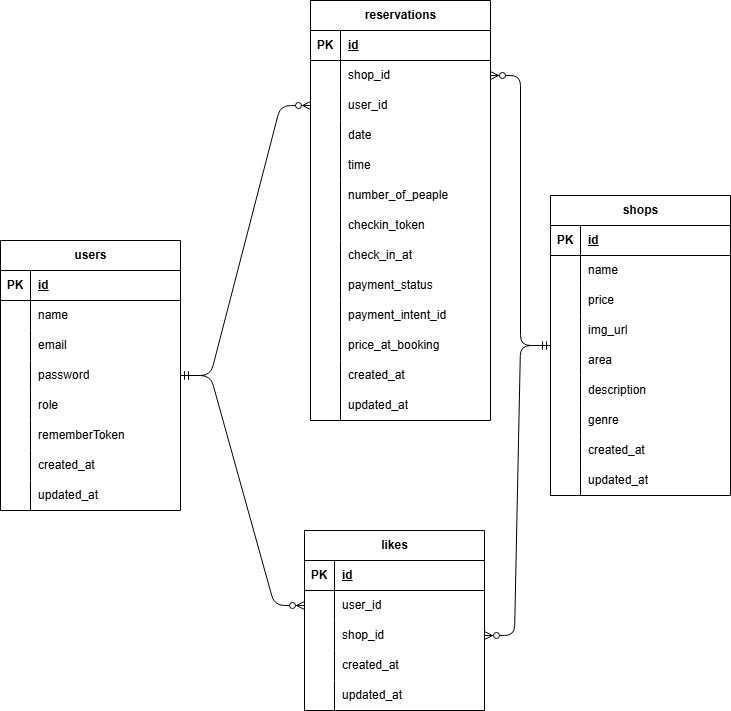
Above: ER.drawio.png in shinzawa/tsutomu-mogi3 (draw.io), before the change. Source tidied: cells renumbered, new cells last; positions are measured from the earlier drawing's top-left corner, leaving out a move shared by most shapes.
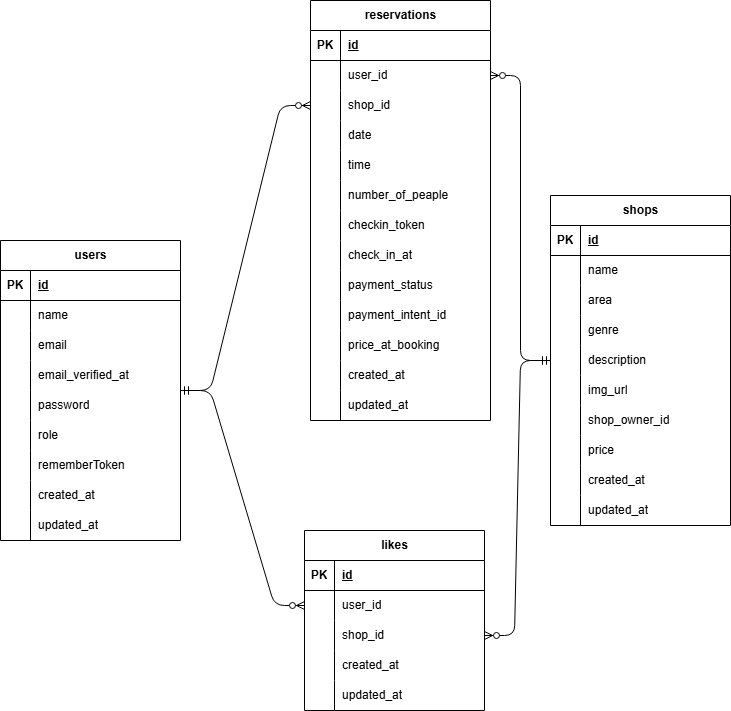
After the change.

Change to the diagram source:
```diff
@@ -3,7 +3,7 @@
     <mxCell id="0" />
     <mxCell id="1" parent="0" />
     <mxCell id="2" value="shops" style="shape=table;startSize=30;rowLines=0;fontStyle=1;align=center;html=1;" parent="1" vertex="1">
-      <mxGeometry x="550" y="195" width="180" height="300" as="geometry" />
+      <mxGeometry x="550" y="195" width="180" height="330" as="geometry" />
     </mxCell>
     <mxCell id="3" style="shape=tableRow;horizontal=0;startSize=0;swimlaneHead=0;swimlaneBody=0;fillColor=none;top=0;left=0;right=0;bottom=1;" parent="2" vertex="1">
       <mxGeometry y="30" width="180" height="30" as="geometry" />
@@ -23,35 +23,26 @@
     <mxCell id="8" value="name" style="shape=partialRectangle;fillColor=none;top=0;left=0;bottom=0;right=0;align=left;spacingLeft=6;overflow=hidden;whiteSpace=wrap;html=1;" parent="6" vertex="1">
       <mxGeometry x="30" width="150" height="30" as="geometry" />
     </mxCell>
-    <mxCell id="9" style="shape=tableRow;horizontal=0;startSize=0;swimlaneHead=0;swimlaneBody=0;fillColor=none;top=0;left=0;right=0;bottom=0;" parent="2" vertex="1">
-      <mxGeometry y="90" width="180" height="30" as="geometry" />
-    </mxCell>
-    <mxCell id="10" style="shape=partialRectangle;fillColor=none;top=0;left=0;bottom=0;right=0;overflow=hidden;whiteSpace=wrap;html=1;" parent="9" vertex="1">
-      <mxGeometry width="30" height="30" as="geometry" />
-    </mxCell>
-    <mxCell id="11" value="price" style="shape=partialRectangle;fillColor=none;top=0;left=0;bottom=0;right=0;align=left;spacingLeft=6;overflow=hidden;whiteSpace=wrap;html=1;" parent="9" vertex="1">
-      <mxGeometry x="30" width="150" height="30" as="geometry" />
-    </mxCell>
     <mxCell id="12" style="shape=tableRow;horizontal=0;startSize=0;swimlaneHead=0;swimlaneBody=0;fillColor=none;top=0;left=0;right=0;bottom=0;" parent="2" vertex="1">
-      <mxGeometry y="120" width="180" height="30" as="geometry" />
+      <mxGeometry y="90" width="180" height="30" as="geometry" />
     </mxCell>
     <mxCell id="13" style="shape=partialRectangle;fillColor=none;top=0;left=0;bottom=0;right=0;overflow=hidden;whiteSpace=wrap;html=1;" parent="12" vertex="1">
       <mxGeometry width="30" height="30" as="geometry" />
     </mxCell>
-    <mxCell id="14" value="img_url" style="shape=partialRectangle;fillColor=none;top=0;left=0;bottom=0;right=0;align=left;spacingLeft=6;overflow=hidden;whiteSpace=wrap;html=1;" parent="12" vertex="1">
+    <mxCell id="14" value="area" style="shape=partialRectangle;fillColor=none;top=0;left=0;bottom=0;right=0;align=left;spacingLeft=6;overflow=hidden;whiteSpace=wrap;html=1;" parent="12" vertex="1">
       <mxGeometry x="30" width="150" height="30" as="geometry" />
     </mxCell>
     <mxCell id="15" style="shape=tableRow;horizontal=0;startSize=0;swimlaneHead=0;swimlaneBody=0;fillColor=none;top=0;left=0;right=0;bottom=0;" parent="2" vertex="1">
-      <mxGeometry y="150" width="180" height="30" as="geometry" />
+      <mxGeometry y="120" width="180" height="30" as="geometry" />
     </mxCell>
     <mxCell id="16" style="shape=partialRectangle;fillColor=none;top=0;left=0;bottom=0;right=0;overflow=hidden;whiteSpace=wrap;html=1;" parent="15" vertex="1">
       <mxGeometry width="30" height="30" as="geometry" />
     </mxCell>
-    <mxCell id="17" value="area" style="shape=partialRectangle;fillColor=none;top=0;left=0;bottom=0;right=0;align=left;spacingLeft=6;overflow=hidden;whiteSpace=wrap;html=1;" parent="15" vertex="1">
+    <mxCell id="17" value="genre" style="shape=partialRectangle;fillColor=none;top=0;left=0;bottom=0;right=0;align=left;spacingLeft=6;overflow=hidden;whiteSpace=wrap;html=1;" parent="15" vertex="1">
       <mxGeometry x="30" width="150" height="30" as="geometry" />
     </mxCell>
     <mxCell id="18" style="shape=tableRow;horizontal=0;startSize=0;swimlaneHead=0;swimlaneBody=0;fillColor=none;top=0;left=0;right=0;bottom=0;" parent="2" vertex="1">
-      <mxGeometry y="180" width="180" height="30" as="geometry" />
+      <mxGeometry y="150" width="180" height="30" as="geometry" />
     </mxCell>
     <mxCell id="19" style="shape=partialRectangle;fillColor=none;top=0;left=0;bottom=0;right=0;overflow=hidden;whiteSpace=wrap;html=1;" parent="18" vertex="1">
       <mxGeometry width="30" height="30" as="geometry" />
@@ -60,34 +51,52 @@
       <mxGeometry x="30" width="150" height="30" as="geometry" />
     </mxCell>
     <mxCell id="21" style="shape=tableRow;horizontal=0;startSize=0;swimlaneHead=0;swimlaneBody=0;fillColor=none;top=0;left=0;right=0;bottom=0;" parent="2" vertex="1">
-      <mxGeometry y="210" width="180" height="30" as="geometry" />
+      <mxGeometry y="180" width="180" height="30" as="geometry" />
     </mxCell>
     <mxCell id="22" style="shape=partialRectangle;fillColor=none;top=0;left=0;bottom=0;right=0;overflow=hidden;whiteSpace=wrap;html=1;" parent="21" vertex="1">
       <mxGeometry width="30" height="30" as="geometry" />
     </mxCell>
-    <mxCell id="23" value="genre" style="shape=partialRectangle;fillColor=none;top=0;left=0;bottom=0;right=0;align=left;spacingLeft=6;overflow=hidden;whiteSpace=wrap;html=1;" parent="21" vertex="1">
+    <mxCell id="23" value="img_url" style="shape=partialRectangle;fillColor=none;top=0;left=0;bottom=0;right=0;align=left;spacingLeft=6;overflow=hidden;whiteSpace=wrap;html=1;" parent="21" vertex="1">
       <mxGeometry x="30" width="150" height="30" as="geometry" />
     </mxCell>
     <mxCell id="24" style="shape=tableRow;horizontal=0;startSize=0;swimlaneHead=0;swimlaneBody=0;fillColor=none;top=0;left=0;right=0;bottom=0;" parent="2" vertex="1">
-      <mxGeometry y="240" width="180" height="30" as="geometry" />
+      <mxGeometry y="210" width="180" height="30" as="geometry" />
     </mxCell>
     <mxCell id="25" style="shape=partialRectangle;fillColor=none;top=0;left=0;bottom=0;right=0;overflow=hidden;whiteSpace=wrap;html=1;" parent="24" vertex="1">
       <mxGeometry width="30" height="30" as="geometry" />
     </mxCell>
-    <mxCell id="26" value="created_at" style="shape=partialRectangle;fillColor=none;top=0;left=0;bottom=0;right=0;align=left;spacingLeft=6;overflow=hidden;whiteSpace=wrap;html=1;" parent="24" vertex="1">
+    <mxCell id="26" value="shop_owner_id" style="shape=partialRectangle;fillColor=none;top=0;left=0;bottom=0;right=0;align=left;spacingLeft=6;overflow=hidden;whiteSpace=wrap;html=1;" parent="24" vertex="1">
       <mxGeometry x="30" width="150" height="30" as="geometry" />
     </mxCell>
     <mxCell id="27" style="shape=tableRow;horizontal=0;startSize=0;swimlaneHead=0;swimlaneBody=0;fillColor=none;top=0;left=0;right=0;bottom=0;" parent="2" vertex="1">
-      <mxGeometry y="270" width="180" height="30" as="geometry" />
+      <mxGeometry y="240" width="180" height="30" as="geometry" />
     </mxCell>
     <mxCell id="28" style="shape=partialRectangle;fillColor=none;top=0;left=0;bottom=0;right=0;overflow=hidden;whiteSpace=wrap;html=1;" parent="27" vertex="1">
       <mxGeometry width="30" height="30" as="geometry" />
     </mxCell>
-    <mxCell id="29" value="updated_at" style="shape=partialRectangle;fillColor=none;top=0;left=0;bottom=0;right=0;align=left;spacingLeft=6;overflow=hidden;whiteSpace=wrap;html=1;" parent="27" vertex="1">
+    <mxCell id="29" value="price" style="shape=partialRectangle;fillColor=none;top=0;left=0;bottom=0;right=0;align=left;spacingLeft=6;overflow=hidden;whiteSpace=wrap;html=1;" parent="27" vertex="1">
       <mxGeometry x="30" width="150" height="30" as="geometry" />
     </mxCell>
+    <mxCell id="115" style="shape=tableRow;horizontal=0;startSize=0;swimlaneHead=0;swimlaneBody=0;fillColor=none;top=0;left=0;right=0;bottom=0;" parent="2" vertex="1">
+      <mxGeometry y="270" width="180" height="30" as="geometry" />
+    </mxCell>
+    <mxCell id="116" style="shape=partialRectangle;fillColor=none;top=0;left=0;bottom=0;right=0;overflow=hidden;whiteSpace=wrap;html=1;" parent="115" vertex="1">
+      <mxGeometry width="30" height="30" as="geometry" />
+    </mxCell>
+    <mxCell id="117" value="created_at" style="shape=partialRectangle;fillColor=none;top=0;left=0;bottom=0;right=0;align=left;spacingLeft=6;overflow=hidden;whiteSpace=wrap;html=1;" parent="115" vertex="1">
+      <mxGeometry x="30" width="150" height="30" as="geometry" />
+    </mxCell>
+    <mxCell id="118" style="shape=tableRow;horizontal=0;startSize=0;swimlaneHead=0;swimlaneBody=0;fillColor=none;top=0;left=0;right=0;bottom=0;" parent="2" vertex="1">
+      <mxGeometry y="300" width="180" height="30" as="geometry" />
+    </mxCell>
+    <mxCell id="119" style="shape=partialRectangle;fillColor=none;top=0;left=0;bottom=0;right=0;overflow=hidden;whiteSpace=wrap;html=1;" parent="118" vertex="1">
+      <mxGeometry width="30" height="30" as="geometry" />
+    </mxCell>
+    <mxCell id="120" value="updated_at" style="shape=partialRectangle;fillColor=none;top=0;left=0;bottom=0;right=0;align=left;spacingLeft=6;overflow=hidden;whiteSpace=wrap;html=1;" parent="118" vertex="1">
+      <mxGeometry x="30" width="150" height="30" as="geometry" />
+    </mxCell>
     <mxCell id="30" value="users" style="shape=table;startSize=30;rowLines=0;fontStyle=1;align=center;html=1;" parent="1" vertex="1">
-      <mxGeometry y="240" width="180" height="270" as="geometry" />
+      <mxGeometry y="240" width="180" height="300" as="geometry" />
     </mxCell>
     <mxCell id="31" style="shape=tableRow;horizontal=0;startSize=0;swimlaneHead=0;swimlaneBody=0;fillColor=none;top=0;left=0;right=0;bottom=1;" parent="30" vertex="1">
       <mxGeometry y="30" width="180" height="30" as="geometry" />
@@ -116,51 +125,60 @@
     <mxCell id="39" value="email" style="shape=partialRectangle;fillColor=none;top=0;left=0;bottom=0;right=0;align=left;spacingLeft=6;overflow=hidden;whiteSpace=wrap;html=1;" parent="37" vertex="1">
       <mxGeometry x="30" width="150" height="30" as="geometry" />
     </mxCell>
-    <mxCell id="40" style="shape=tableRow;horizontal=0;startSize=0;swimlaneHead=0;swimlaneBody=0;fillColor=none;top=0;left=0;right=0;bottom=0;" parent="30" vertex="1">
-      <mxGeometry y="120" width="180" height="30" as="geometry" />
-    </mxCell>
-    <mxCell id="41" style="shape=partialRectangle;fillColor=none;top=0;left=0;bottom=0;right=0;overflow=hidden;whiteSpace=wrap;html=1;" parent="40" vertex="1">
-      <mxGeometry width="30" height="30" as="geometry" />
-    </mxCell>
-    <mxCell id="42" value="password" style="shape=partialRectangle;fillColor=none;top=0;left=0;bottom=0;right=0;align=left;spacingLeft=6;overflow=hidden;whiteSpace=wrap;html=1;" parent="40" vertex="1">
-      <mxGeometry x="30" width="150" height="30" as="geometry" />
-    </mxCell>
     <mxCell id="43" style="shape=tableRow;horizontal=0;startSize=0;swimlaneHead=0;swimlaneBody=0;fillColor=none;top=0;left=0;right=0;bottom=0;" parent="30" vertex="1">
-      <mxGeometry y="150" width="180" height="30" as="geometry" />
+      <mxGeometry y="120" width="180" height="30" as="geometry" />
     </mxCell>
     <mxCell id="44" style="shape=partialRectangle;fillColor=none;top=0;left=0;bottom=0;right=0;overflow=hidden;whiteSpace=wrap;html=1;" parent="43" vertex="1">
       <mxGeometry width="30" height="30" as="geometry" />
     </mxCell>
-    <mxCell id="45" value="role" style="shape=partialRectangle;fillColor=none;top=0;left=0;bottom=0;right=0;align=left;spacingLeft=6;overflow=hidden;whiteSpace=wrap;html=1;" parent="43" vertex="1">
+    <mxCell id="45" value="email_verified_at" style="shape=partialRectangle;fillColor=none;top=0;left=0;bottom=0;right=0;align=left;spacingLeft=6;overflow=hidden;whiteSpace=wrap;html=1;" parent="43" vertex="1">
       <mxGeometry x="30" width="150" height="30" as="geometry" />
     </mxCell>
     <mxCell id="46" style="shape=tableRow;horizontal=0;startSize=0;swimlaneHead=0;swimlaneBody=0;fillColor=none;top=0;left=0;right=0;bottom=0;" parent="30" vertex="1">
-      <mxGeometry y="180" width="180" height="30" as="geometry" />
+      <mxGeometry y="150" width="180" height="30" as="geometry" />
     </mxCell>
     <mxCell id="47" style="shape=partialRectangle;fillColor=none;top=0;left=0;bottom=0;right=0;overflow=hidden;whiteSpace=wrap;html=1;" parent="46" vertex="1">
       <mxGeometry width="30" height="30" as="geometry" />
     </mxCell>
-    <mxCell id="48" value="rememberToken" style="shape=partialRectangle;fillColor=none;top=0;left=0;bottom=0;right=0;align=left;spacingLeft=6;overflow=hidden;whiteSpace=wrap;html=1;" parent="46" vertex="1">
+    <mxCell id="48" value="password" style="shape=partialRectangle;fillColor=none;top=0;left=0;bottom=0;right=0;align=left;spacingLeft=6;overflow=hidden;whiteSpace=wrap;html=1;" parent="46" vertex="1">
       <mxGeometry x="30" width="150" height="30" as="geometry" />
     </mxCell>
     <mxCell id="49" style="shape=tableRow;horizontal=0;startSize=0;swimlaneHead=0;swimlaneBody=0;fillColor=none;top=0;left=0;right=0;bottom=0;" parent="30" vertex="1">
-      <mxGeometry y="210" width="180" height="30" as="geometry" />
+      <mxGeometry y="180" width="180" height="30" as="geometry" />
     </mxCell>
     <mxCell id="50" style="shape=partialRectangle;fillColor=none;top=0;left=0;bottom=0;right=0;overflow=hidden;whiteSpace=wrap;html=1;" parent="49" vertex="1">
       <mxGeometry width="30" height="30" as="geometry" />
     </mxCell>
-    <mxCell id="51" value="created_at" style="shape=partialRectangle;fillColor=none;top=0;left=0;bottom=0;right=0;align=left;spacingLeft=6;overflow=hidden;whiteSpace=wrap;html=1;" parent="49" vertex="1">
+    <mxCell id="51" value="role" style="shape=partialRectangle;fillColor=none;top=0;left=0;bottom=0;right=0;align=left;spacingLeft=6;overflow=hidden;whiteSpace=wrap;html=1;" parent="49" vertex="1">
       <mxGeometry x="30" width="150" height="30" as="geometry" />
     </mxCell>
     <mxCell id="52" style="shape=tableRow;horizontal=0;startSize=0;swimlaneHead=0;swimlaneBody=0;fillColor=none;top=0;left=0;right=0;bottom=0;" parent="30" vertex="1">
-      <mxGeometry y="240" width="180" height="30" as="geometry" />
+      <mxGeometry y="210" width="180" height="30" as="geometry" />
     </mxCell>
     <mxCell id="53" style="shape=partialRectangle;fillColor=none;top=0;left=0;bottom=0;right=0;overflow=hidden;whiteSpace=wrap;html=1;" parent="52" vertex="1">
       <mxGeometry width="30" height="30" as="geometry" />
     </mxCell>
-    <mxCell id="54" value="updated_at" style="shape=partialRectangle;fillColor=none;top=0;left=0;bottom=0;right=0;align=left;spacingLeft=6;overflow=hidden;whiteSpace=wrap;html=1;" parent="52" vertex="1">
+    <mxCell id="54" value="rememberToken" style="shape=partialRectangle;fillColor=none;top=0;left=0;bottom=0;right=0;align=left;spacingLeft=6;overflow=hidden;whiteSpace=wrap;html=1;" parent="52" vertex="1">
       <mxGeometry x="30" width="150" height="30" as="geometry" />
     </mxCell>
+    <mxCell id="121" style="shape=tableRow;horizontal=0;startSize=0;swimlaneHead=0;swimlaneBody=0;fillColor=none;top=0;left=0;right=0;bottom=0;" parent="30" vertex="1">
+      <mxGeometry y="240" width="180" height="30" as="geometry" />
+    </mxCell>
+    <mxCell id="122" style="shape=partialRectangle;fillColor=none;top=0;left=0;bottom=0;right=0;overflow=hidden;whiteSpace=wrap;html=1;" parent="121" vertex="1">
+      <mxGeometry width="30" height="30" as="geometry" />
+    </mxCell>
+    <mxCell id="123" value="created_at" style="shape=partialRectangle;fillColor=none;top=0;left=0;bottom=0;right=0;align=left;spacingLeft=6;overflow=hidden;whiteSpace=wrap;html=1;" parent="121" vertex="1">
+      <mxGeometry x="30" width="150" height="30" as="geometry" />
+    </mxCell>
+    <mxCell id="124" style="shape=tableRow;horizontal=0;startSize=0;swimlaneHead=0;swimlaneBody=0;fillColor=none;top=0;left=0;right=0;bottom=0;" parent="30" vertex="1">
+      <mxGeometry y="270" width="180" height="30" as="geometry" />
+    </mxCell>
+    <mxCell id="125" style="shape=partialRectangle;fillColor=none;top=0;left=0;bottom=0;right=0;overflow=hidden;whiteSpace=wrap;html=1;" parent="124" vertex="1">
+      <mxGeometry width="30" height="30" as="geometry" />
+    </mxCell>
+    <mxCell id="126" value="updated_at" style="shape=partialRectangle;fillColor=none;top=0;left=0;bottom=0;right=0;align=left;spacingLeft=6;overflow=hidden;whiteSpace=wrap;html=1;" parent="124" vertex="1">
+      <mxGeometry x="30" width="150" height="30" as="geometry" />
+    </mxCell>
     <mxCell id="55" value="reservations" style="shape=table;startSize=30;rowLines=0;fontStyle=1;align=center;html=1;" parent="1" vertex="1">
       <mxGeometry x="310" width="180" height="420" as="geometry" />
     </mxCell>
@@ -179,7 +197,7 @@
     <mxCell id="60" style="shape=partialRectangle;fillColor=none;top=0;left=0;bottom=0;right=0;overflow=hidden;whiteSpace=wrap;html=1;" parent="59" vertex="1">
       <mxGeometry width="30" height="30" as="geometry" />
     </mxCell>
-    <mxCell id="61" value="shop_id" style="shape=partialRectangle;fillColor=none;top=0;left=0;bottom=0;right=0;align=left;spacingLeft=6;overflow=hidden;whiteSpace=wrap;html=1;" parent="59" vertex="1">
+    <mxCell id="61" value="user_id" style="shape=partialRectangle;fillColor=none;top=0;left=0;bottom=0;right=0;align=left;spacingLeft=6;overflow=hidden;whiteSpace=wrap;html=1;" parent="59" vertex="1">
       <mxGeometry x="30" width="150" height="30" as="geometry" />
     </mxCell>
     <mxCell id="62" style="shape=tableRow;horizontal=0;startSize=0;swimlaneHead=0;swimlaneBody=0;fillColor=none;points=[[0,0.5],[1,0.5]];portConstraint=eastwest;top=0;left=0;right=0;bottom=0;" parent="55" vertex="1">
@@ -188,7 +206,7 @@
     <mxCell id="63" style="shape=partialRectangle;fillColor=none;top=0;left=0;bottom=0;right=0;overflow=hidden;whiteSpace=wrap;html=1;" parent="62" vertex="1">
       <mxGeometry width="30" height="30" as="geometry" />
     </mxCell>
-    <mxCell id="64" value="user_id" style="shape=partialRectangle;fillColor=none;top=0;left=0;bottom=0;right=0;align=left;spacingLeft=6;overflow=hidden;whiteSpace=wrap;html=1;" parent="62" vertex="1">
+    <mxCell id="64" value="shop_id" style="shape=partialRectangle;fillColor=none;top=0;left=0;bottom=0;right=0;align=left;spacingLeft=6;overflow=hidden;whiteSpace=wrap;html=1;" parent="62" vertex="1">
       <mxGeometry x="30" width="150" height="30" as="geometry" />
     </mxCell>
     <mxCell id="65" style="shape=tableRow;horizontal=0;startSize=0;swimlaneHead=0;swimlaneBody=0;fillColor=none;top=0;left=0;right=0;bottom=0;" parent="55" vertex="1">
```
